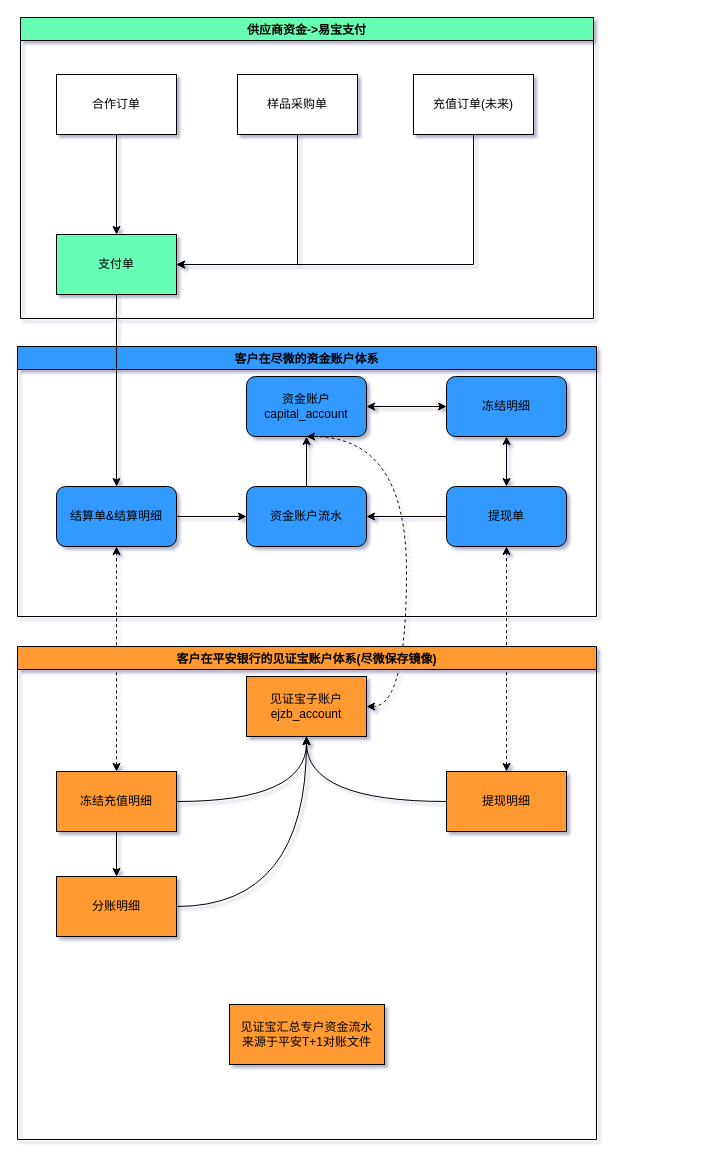
Earlier version of the draw.io diagram 财务支付-资金账户体系.drawio (catface996/images). Source tidied: cells renumbered, new cells numbered last; positions are measured from the earlier drawing's top-left corner, leaving out a move shared by most shapes. Both pictures are drawn from the tidied source at 100%, with x=0, y=0 at pixel (17, 17).
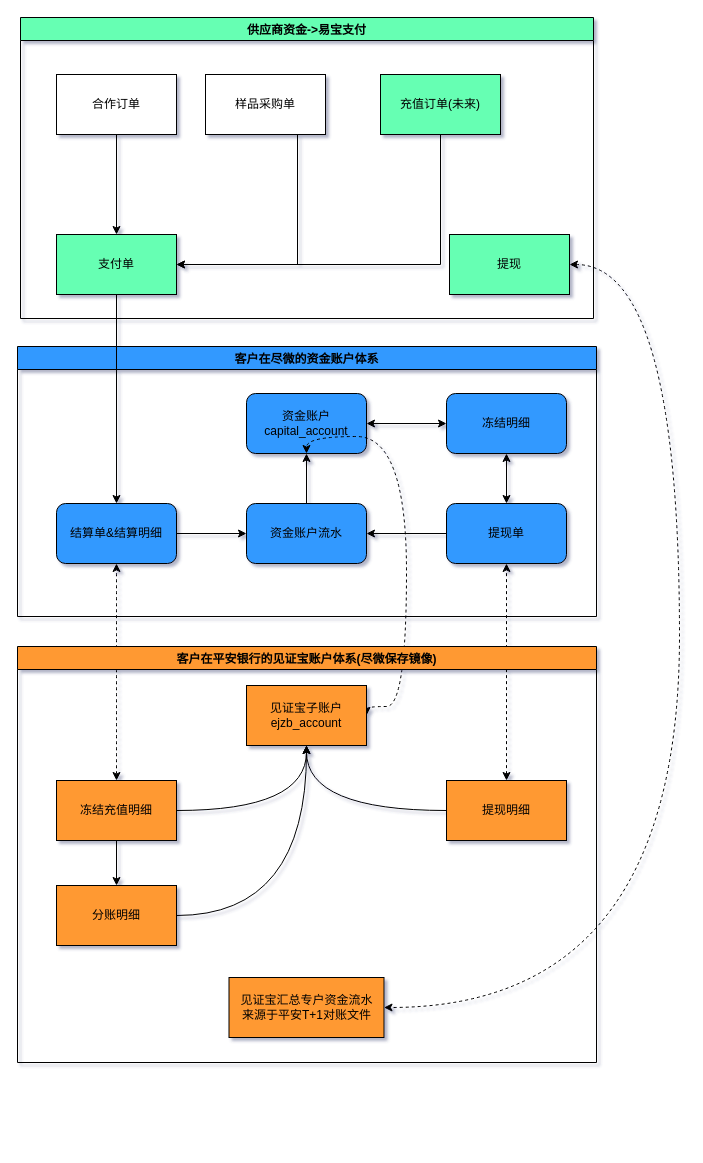
After the change.

Commit message:
更新财务支付-资金账户体系.drawio

The change refers to these unchanged cells:
```xml
<mxCell id="20" value="客户在尽微的资金账户体系" style="swimlane;fillColor=#3399FF;" parent="1" vertex="1">
  <mxGeometry y="329" width="579" height="270" as="geometry" />
</mxCell>
<mxCell id="24" value="供应商资金-&gt;易宝支付" style="swimlane;fillColor=#66FFB3;" parent="1" vertex="1">
  <mxGeometry x="3" width="573" height="301" as="geometry" />
</mxCell>
<mxCell id="26" value="支付单" style="rounded=0;whiteSpace=wrap;html=1;fillColor=#66FFB3;" parent="24" vertex="1">
  <mxGeometry x="36" y="217" width="120" height="60" as="geometry" />
</mxCell>
```

Diff of the diagram source:
```diff
@@
     <mxCell id="2" value="资金账户&lt;br&gt;capital_account" style="rounded=1;whiteSpace=wrap;html=1;fillColor=#3399FF;" parent="1" vertex="1">
-      <mxGeometry x="229" y="359" width="120" height="60" as="geometry" />
+      <mxGeometry x="229" y="376" width="120" height="60" as="geometry" />
     </mxCell>
@@
     <mxCell id="4" value="结算单&amp;amp;结算明细" style="rounded=1;whiteSpace=wrap;html=1;fillColor=#3399FF;" parent="1" vertex="1">
-      <mxGeometry x="39" y="469" width="120" height="60" as="geometry" />
+      <mxGeometry x="39" y="486" width="120" height="60" as="geometry" />
     </mxCell>
@@
     <mxCell id="6" value="提现单" style="rounded=1;whiteSpace=wrap;html=1;fillColor=#3399FF;" parent="1" vertex="1">
-      <mxGeometry x="429" y="469" width="120" height="60" as="geometry" />
+      <mxGeometry x="429" y="486" width="120" height="60" as="geometry" />
     </mxCell>
@@
     <mxCell id="8" value="资金账户流水" style="rounded=1;whiteSpace=wrap;html=1;fillColor=#3399FF;" parent="1" vertex="1">
-      <mxGeometry x="229" y="469" width="120" height="60" as="geometry" />
+      <mxGeometry x="229" y="486" width="120" height="60" as="geometry" />
     </mxCell>
@@
     <mxCell id="10" value="见证宝子账户&lt;br&gt;ejzb_account" style="rounded=0;whiteSpace=wrap;html=1;fillColor=#FF9933;" parent="1" vertex="1">
-      <mxGeometry x="229" y="659" width="120" height="60" as="geometry" />
+      <mxGeometry x="229" y="668" width="120" height="60" as="geometry" />
     </mxCell>
@@
     <mxCell id="14" value="冻结充值明细" style="rounded=0;whiteSpace=wrap;html=1;fillColor=#FF9933;" parent="1" vertex="1">
-      <mxGeometry x="39" y="754" width="120" height="60" as="geometry" />
+      <mxGeometry x="39" y="763" width="120" height="60" as="geometry" />
     </mxCell>
@@
     <mxCell id="16" value="分账明细" style="rounded=0;whiteSpace=wrap;html=1;fillColor=#FF9933;" parent="1" vertex="1">
-      <mxGeometry x="39" y="859" width="120" height="60" as="geometry" />
+      <mxGeometry x="39" y="868" width="120" height="60" as="geometry" />
     </mxCell>
@@
     <mxCell id="19" value="提现明细" style="rounded=0;whiteSpace=wrap;html=1;fillColor=#FF9933;" parent="1" vertex="1">
-      <mxGeometry x="429" y="754" width="120" height="60" as="geometry" />
+      <mxGeometry x="429" y="763" width="120" height="60" as="geometry" />
     </mxCell>
@@
     <mxCell id="21" value="冻结明细" style="rounded=1;whiteSpace=wrap;html=1;fillColor=#3399FF;" parent="20" vertex="1">
-      <mxGeometry x="429" y="30" width="120" height="60" as="geometry" />
+      <mxGeometry x="429" y="47" width="120" height="60" as="geometry" />
     </mxCell>
     <mxCell id="22" value="客户在平安银行的见证宝账户体系(尽微保存镜像)" style="swimlane;fillColor=#FF9933;" parent="1" vertex="1">
-      <mxGeometry y="629" width="579" height="493" as="geometry" />
+      <mxGeometry y="629" width="579" height="416" as="geometry" />
     </mxCell>
     <mxCell id="23" value="见证宝汇总专户资金流水&lt;br&gt;来源于平安T+1对账文件" style="rounded=0;whiteSpace=wrap;html=1;fillColor=#FF9933;" parent="22" vertex="1">
-      <mxGeometry x="212" y="358" width="155" height="60" as="geometry" />
+      <mxGeometry x="211.5" y="331" width="155" height="60" as="geometry" />
     </mxCell>
@@
     <mxCell id="29" value="样品采购单" style="rounded=0;whiteSpace=wrap;html=1;" parent="24" vertex="1">
-      <mxGeometry x="217" y="57" width="120" height="60" as="geometry" />
+      <mxGeometry x="185" y="57" width="120" height="60" as="geometry" />
     </mxCell>
     <mxCell id="30" style="edgeStyle=orthogonalEdgeStyle;rounded=0;jettySize=auto;html=1;entryX=1;entryY=0.5;entryDx=0;entryDy=0;" parent="24" edge="1" source="31" target="26">
       <mxGeometry relative="1" as="geometry">
         <Array as="points">
-          <mxPoint x="453" y="247" />
+          <mxPoint x="420" y="247" />
         </Array>
       </mxGeometry>
     </mxCell>
-    <mxCell id="31" value="充值订单(未来)" style="rounded=0;whiteSpace=wrap;html=1;" parent="24" vertex="1">
-      <mxGeometry x="393" y="57" width="120" height="60" as="geometry" />
+    <mxCell id="31" value="充值订单(未来)" style="rounded=0;whiteSpace=wrap;html=1;fillColor=#66FFB3;" parent="24" vertex="1">
+      <mxGeometry x="360" y="57" width="120" height="60" as="geometry" />
     </mxCell>
+    <mxCell id="35" value="提现" style="rounded=0;whiteSpace=wrap;html=1;fillColor=#66FFB3;" parent="24" vertex="1">
+      <mxGeometry x="429" y="217" width="120" height="60" as="geometry" />
+    </mxCell>
@@
+    <mxCell id="36" style="edgeStyle=orthogonalEdgeStyle;rounded=0;jettySize=auto;html=1;startArrow=classic;startFill=1;curved=1;dashed=1;entryX=1;entryY=0.5;entryDx=0;entryDy=0;" parent="1" edge="1" source="35" target="23">
+      <mxGeometry relative="1" as="geometry">
+        <Array as="points">
+          <mxPoint x="662" y="247" />
+          <mxPoint x="662" y="990" />
+        </Array>
+      </mxGeometry>
+    </mxCell>
```
